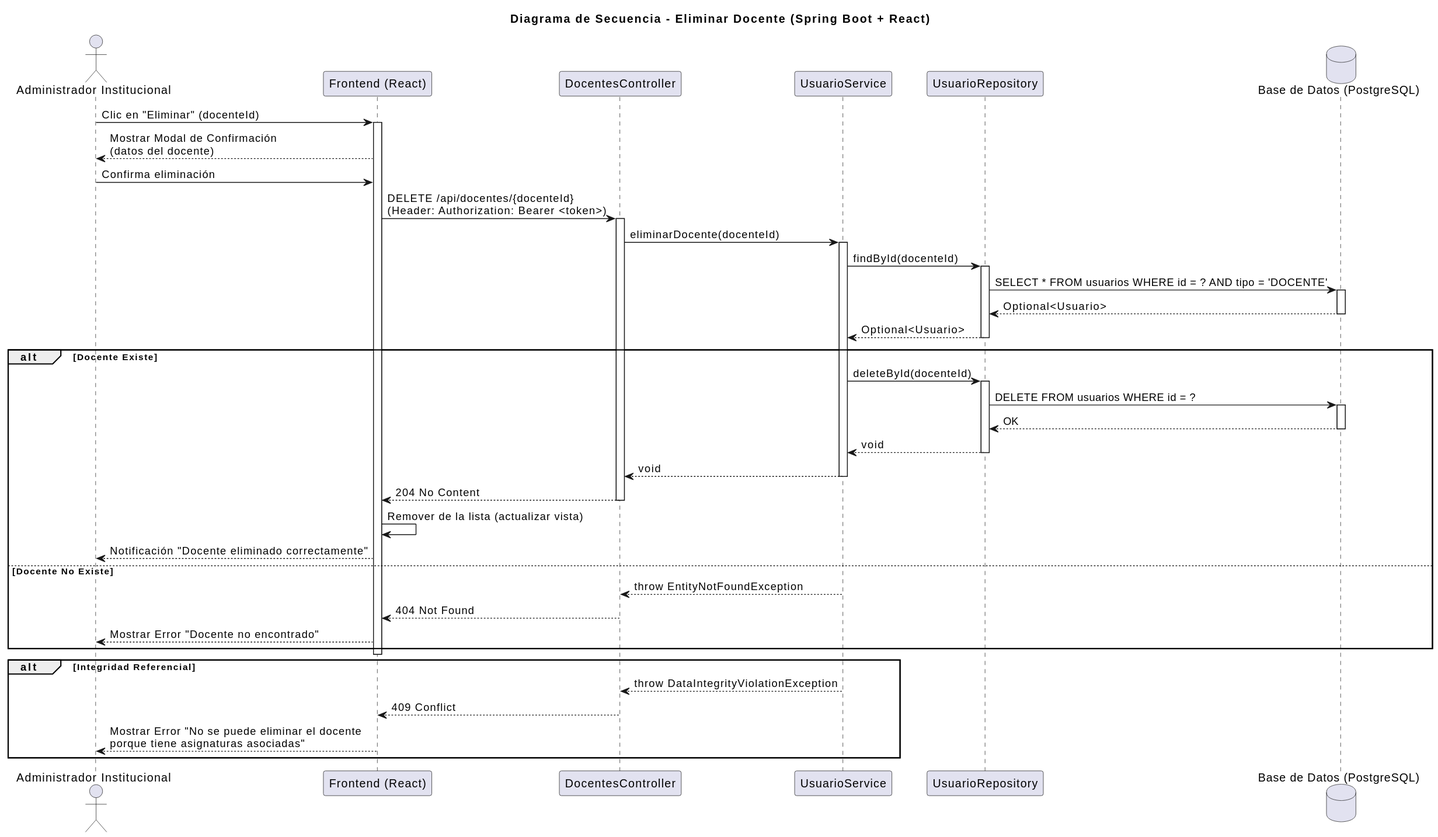
The PlantUML diagram images/diseño/eliminarDocente/secuencia.svg in martinlopez7/25-26-idsw2-sdVC, before a commit. Its diagram source:
```plantuml
@startuml
title Diagrama de Secuencia - Eliminar Docente (Spring Boot + React)

actor "Administrador Institucional" as Admin
participant "Frontend (React)" as FE
participant "DocentesController" as Controller
participant "UsuarioService" as Service
participant "UsuarioRepository" as Repo
database "Base de Datos (PostgreSQL)" as DB

Admin -> FE: Clic en "Eliminar" (docenteId)
activate FE
FE --> Admin: Mostrar Modal de Confirmación\n(datos del docente)
Admin -> FE: Confirma eliminación
FE -> Controller: DELETE /api/docentes/{docenteId}\n(Header: Authorization: Bearer <token>)
activate Controller
Controller -> Service: eliminarDocente(docenteId)
activate Service
Service -> Repo: findById(docenteId)
activate Repo
Repo -> DB: SELECT * FROM usuarios WHERE id = ? AND tipo = 'DOCENTE'
activate DB
DB --> Repo: Optional<Usuario>
deactivate DB
Repo --> Service: Optional<Usuario>
deactivate Repo
alt Docente Existe
    Service -> Repo: deleteById(docenteId)
    activate Repo
    Repo -> DB: DELETE FROM usuarios WHERE id = ?
    activate DB
    DB --> Repo: OK
    deactivate DB
    Repo --> Service: void
    deactivate Repo
    Service --> Controller: void
    deactivate Service
    Controller --> FE: 204 No Content
    deactivate Controller
    FE -> FE: Remover de la lista (actualizar vista)
    FE --> Admin: Notificación "Docente eliminado correctamente"
else Docente No Existe
    Service --> Controller: throw EntityNotFoundException
    deactivate Service
    Controller --> FE: 404 Not Found
    deactivate Controller
    FE --> Admin: Mostrar Error "Docente no encontrado"
end
deactivate FE

alt Integridad Referencial
    Service --> Controller: throw DataIntegrityViolationException
    deactivate Service
    Controller --> FE: 409 Conflict
    deactivate Controller
    FE --> Admin: Mostrar Error "No se puede eliminar el docente\nporque tiene asignaturas asociadas"
end
@enduml
```
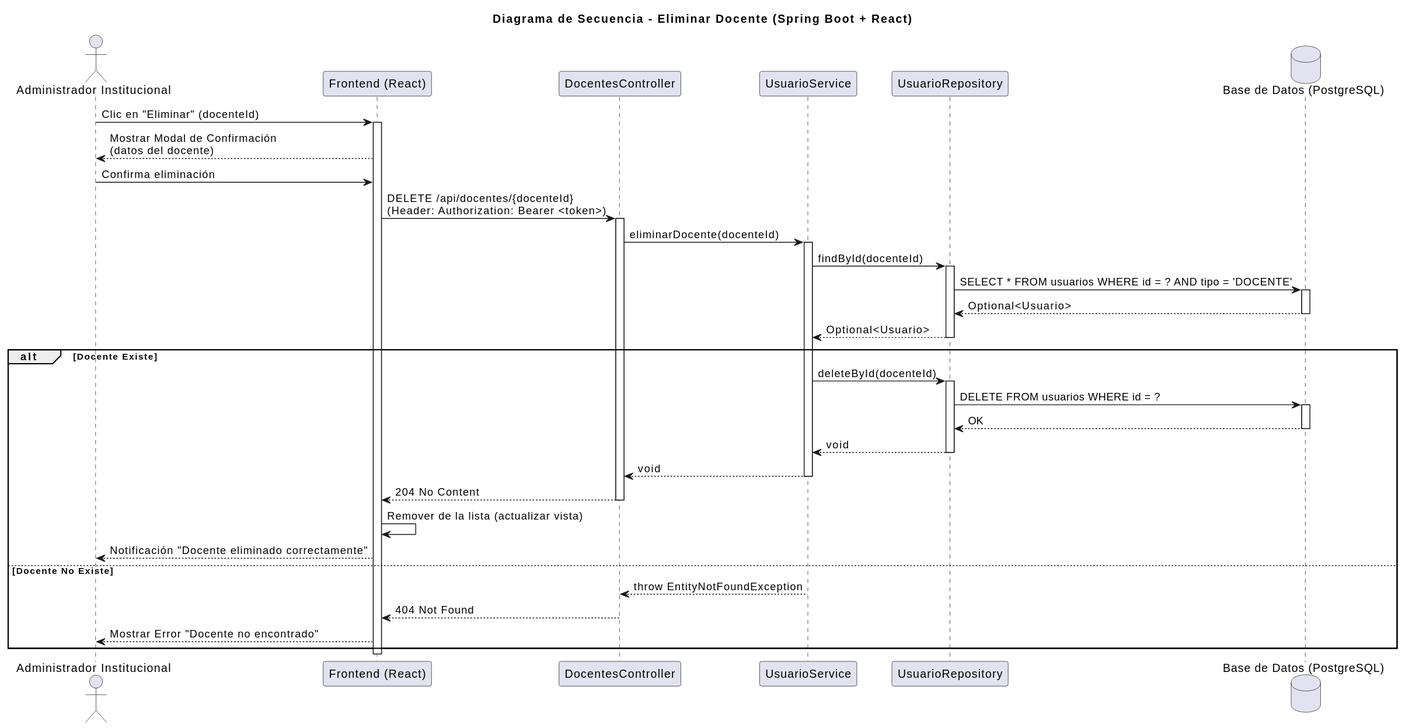
Later version of the same file.

What changed in the source:
```diff
@@ -47,12 +47,4 @@
     FE --> Admin: Mostrar Error "Docente no encontrado"
 end
 deactivate FE
-
-alt Integridad Referencial
-    Service --> Controller: throw DataIntegrityViolationException
-    deactivate Service
-    Controller --> FE: 409 Conflict
-    deactivate Controller
-    FE --> Admin: Mostrar Error "No se puede eliminar el docente\nporque tiene asignaturas asociadas"
-end
 @enduml
```
